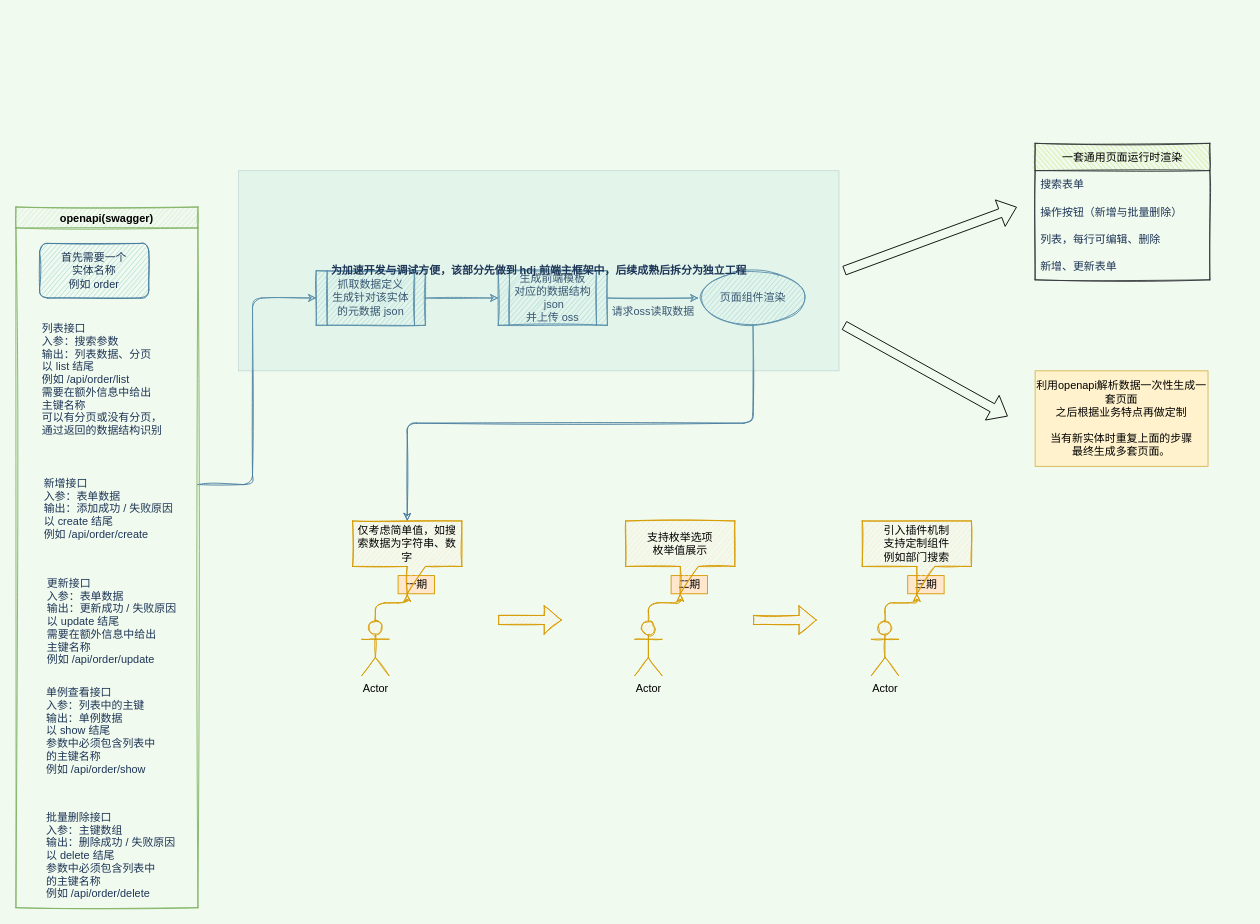
Before: crud-template.drawio in superwf/diagram, a draw.io diagram. Source tidied: cells renumbered, new cells numbered last; positions are measured from the earlier drawing's top-left corner, leaving out a move shared by most shapes. Both pictures are drawn from the tidied source at 91%, with x=0, y=0 at pixel (15, 143).
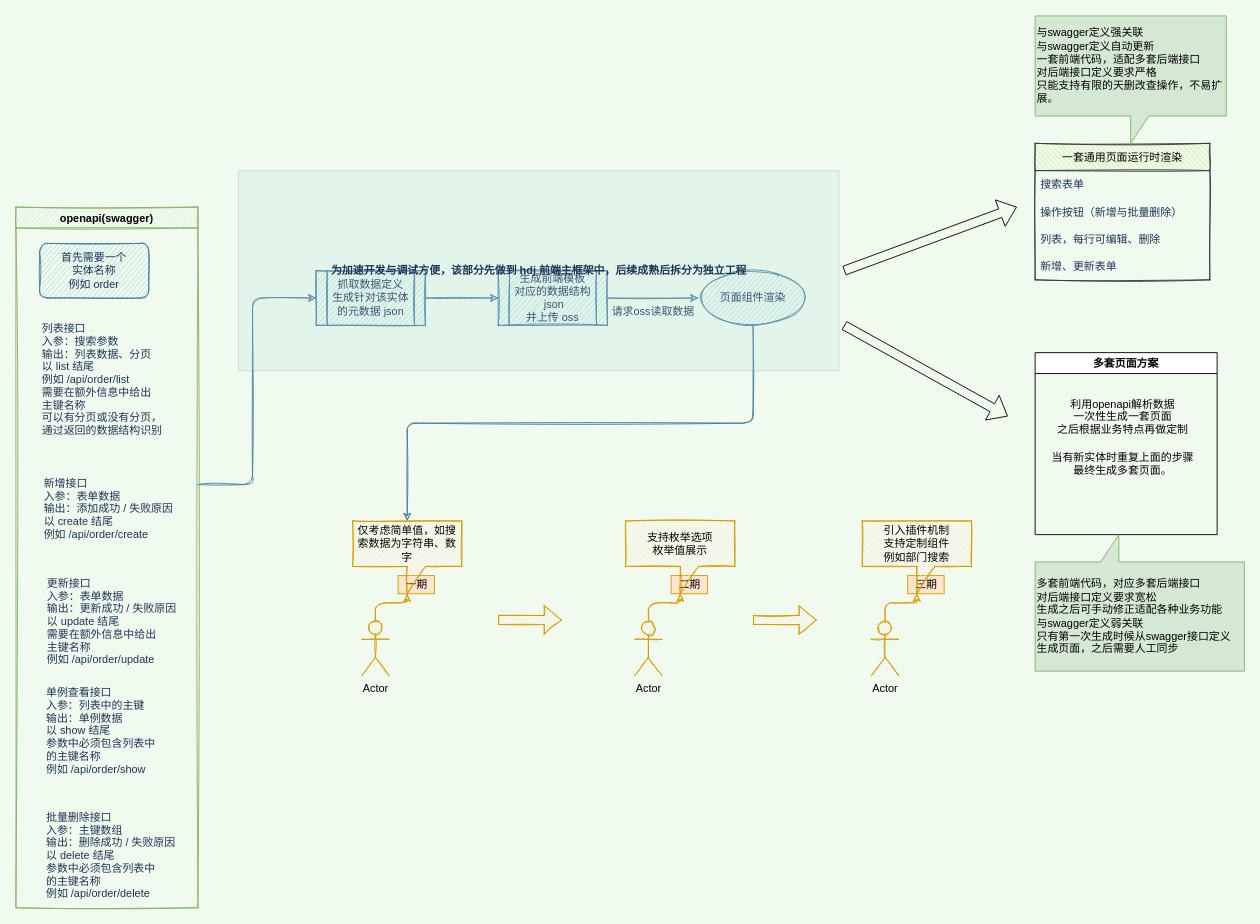
The same page after the edit.

Change to the diagram source:
```diff
@@
-    <mxCell id="39" value="利用openapi解析数据一次性生成一套页面&lt;br&gt;之后根据业务特点再做定制&lt;br&gt;&lt;br&gt;当有新实体时重复上面的步骤&lt;br&gt;最终生成多套页面。" style="rounded=0;whiteSpace=wrap;html=1;fillColor=#fff2cc;strokeColor=#d6b656;" parent="1" vertex="1">
-      <mxGeometry x="1120" y="250" width="190" height="105" as="geometry" />
-    </mxCell>
+    <mxCell id="40" value="多套页面方案" style="swimlane;" parent="1" vertex="1">
+      <mxGeometry x="1120" y="230" width="200" height="200" as="geometry" />
+    </mxCell>
+    <mxCell id="41" value="&lt;h4&gt;&lt;span style=&quot;font-weight: normal&quot;&gt;利用openapi解析数据&lt;br&gt;一次性生成一套页面&lt;br&gt;之后根据业务特点再做定制&lt;/span&gt;&lt;/h4&gt;当有新实体时重复上面的步骤&lt;br&gt;最终生成多套页面。" style="text;html=1;align=center;verticalAlign=middle;strokeColor=none;fillColor=none;" parent="40" vertex="1">
+      <mxGeometry x="11" y="30" width="170" height="110" as="geometry" />
+    </mxCell>
+    <mxCell id="42" value="与swagger定义强关联&lt;br&gt;与swagger定义自动更新&lt;br&gt;一套前端代码，适配多套后端接口&lt;br&gt;对后端接口定义要求严格&lt;br&gt;只能支持有限的天删改查操作，不易扩展。" style="shape=callout;whiteSpace=wrap;html=1;perimeter=calloutPerimeter;align=left;fillColor=#d5e8d4;strokeColor=#82b366;" parent="1" vertex="1">
+      <mxGeometry x="1120" y="-140" width="210" height="140" as="geometry" />
+    </mxCell>
+    <mxCell id="43" style="shape=callout;whiteSpace=wrap;html=1;perimeter=calloutPerimeter;position2=0.6;rotation=-180;fillColor=#d5e8d4;strokeColor=#82b366;size=30;position=0.6;" parent="1" vertex="1">
+      <mxGeometry x="1120" y="430" width="230" height="150" as="geometry" />
+    </mxCell>
+    <mxCell id="44" value="&lt;span&gt;多套前端代码，对应多套后端接口&lt;/span&gt;&lt;br&gt;&lt;span&gt;对后端接口定义要求宽松&lt;/span&gt;&lt;br&gt;&lt;div&gt;生成之后可手动修正适配各种业务功能&lt;/div&gt;&lt;span&gt;与swagger定义弱关联&lt;/span&gt;&lt;br&gt;&lt;span&gt;只有第一次生成时候从swagger接口定义&lt;br&gt;&lt;/span&gt;生成页面，之后需要人工同步" style="text;html=1;align=left;verticalAlign=middle;strokeColor=none;fillColor=none;" parent="1" vertex="1">
+      <mxGeometry x="1120" y="475" width="230" height="90" as="geometry" />
+    </mxCell>
```
